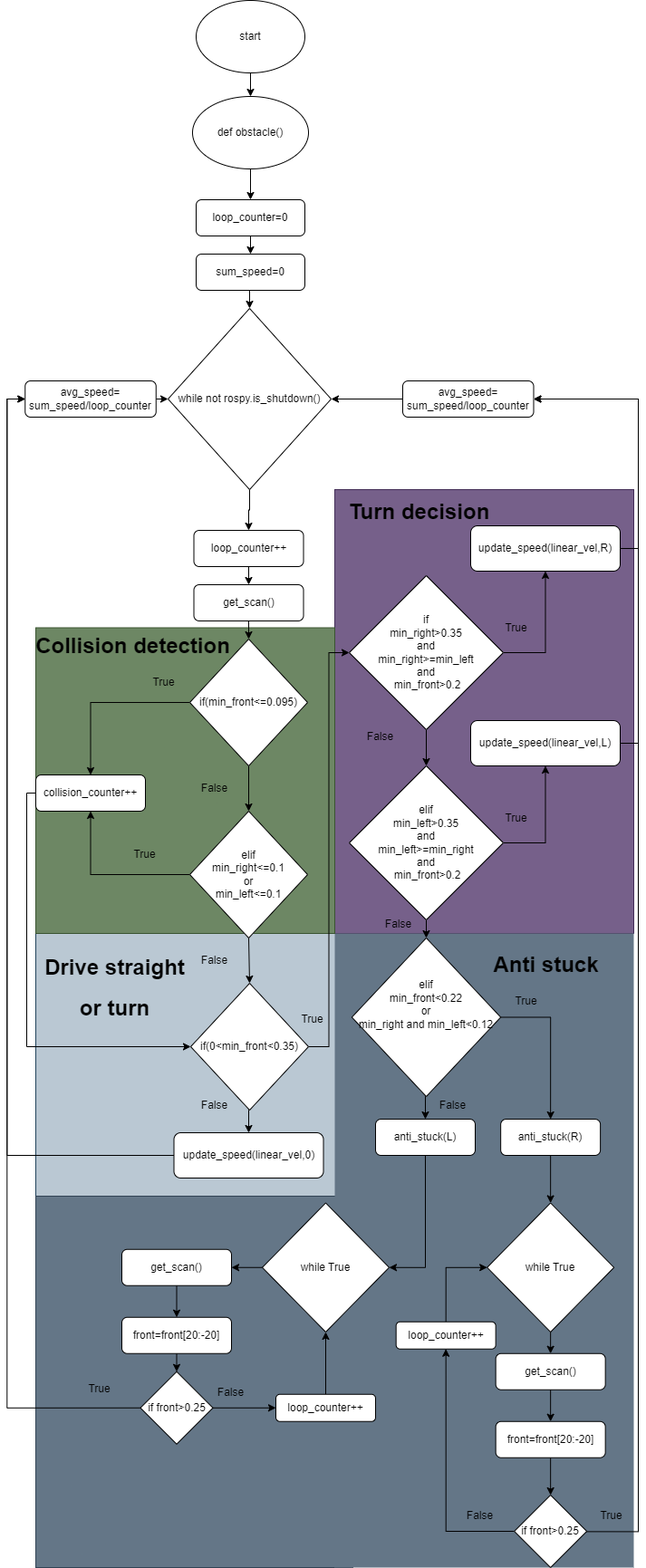
This is Untitled Diagram.drawio.png from Teun0n/flowcharts, a draw.io export, as it was before one commit. Source tidied: cells renumbered, new cells last; positions are measured from the earlier drawing's top-left corner, leaving out a move shared by most shapes.
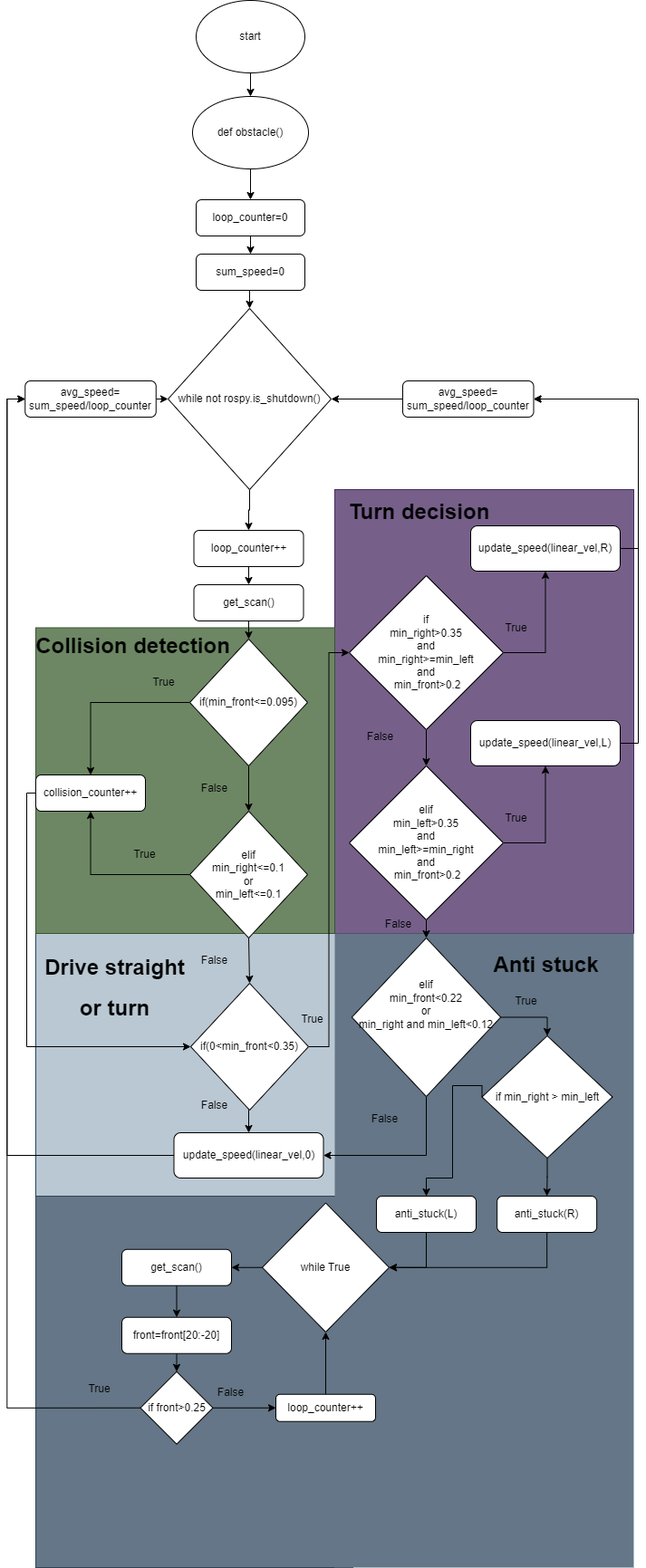
The same file after the commit.

What changed in the source:
```diff
@@ -86,21 +86,15 @@
     <mxCell id="29" value="update_speed(linear_vel,0)" style="rounded=1;whiteSpace=wrap;html=1;fontSize=12;glass=0;strokeWidth=1;shadow=0;" parent="1" vertex="1">
       <mxGeometry x="165.5" y="1250" width="165" height="50" as="geometry" />
     </mxCell>
-    <mxCell id="30" style="edgeStyle=orthogonalEdgeStyle;rounded=0;jettySize=auto;html=1;exitX=0.5;exitY=1;exitDx=0;exitDy=0;entryX=0.5;entryY=0;entryDx=0;entryDy=0;" parent="1" edge="1" source="32" target="55">
-      <mxGeometry relative="1" as="geometry" />
-    </mxCell>
-    <mxCell id="31" style="edgeStyle=orthogonalEdgeStyle;rounded=0;jettySize=auto;html=1;exitX=1;exitY=0.5;exitDx=0;exitDy=0;entryX=0.5;entryY=0;entryDx=0;entryDy=0;" parent="1" edge="1" source="32" target="44">
-      <mxGeometry relative="1" as="geometry" />
-    </mxCell>
+    <mxCell id="97" style="edgeStyle=orthogonalEdgeStyle;rounded=0;jettySize=auto;html=1;exitX=0.5;exitY=1;exitDx=0;exitDy=0;entryX=1;entryY=0.5;entryDx=0;entryDy=0;" parent="1" edge="1" source="32" target="29">
+      <mxGeometry relative="1" as="geometry" />
+    </mxCell>
+    <mxCell id="98" style="edgeStyle=orthogonalEdgeStyle;rounded=0;jettySize=auto;html=1;exitX=1;exitY=0.5;exitDx=0;exitDy=0;entryX=0.5;entryY=0;entryDx=0;entryDy=0;" parent="1" edge="1" source="32" target="101">
+      <mxGeometry relative="1" as="geometry" />
+    </mxCell>
     <mxCell id="32" value="elif&lt;br&gt;min_front&amp;lt;0.22&lt;br&gt;or&lt;br&gt;min_right and min_left&amp;lt;0.12&lt;br&gt;&lt;br&gt;&lt;br&gt;" style="rhombus;whiteSpace=wrap;html=1;" parent="1" vertex="1">
       <mxGeometry x="361.9" y="1035" width="164.3" height="175" as="geometry" />
     </mxCell>
-    <mxCell id="33" style="edgeStyle=orthogonalEdgeStyle;rounded=0;jettySize=auto;html=1;exitX=0.5;exitY=1;exitDx=0;exitDy=0;entryX=0.5;entryY=0;entryDx=0;entryDy=0;" parent="1" edge="1" source="34" target="40">
-      <mxGeometry relative="1" as="geometry" />
-    </mxCell>
-    <mxCell id="34" value="while True" style="rhombus;whiteSpace=wrap;html=1;" parent="1" vertex="1">
-      <mxGeometry x="511.2" y="1327.5" width="140" height="142.5" as="geometry" />
-    </mxCell>
     <mxCell id="35" style="edgeStyle=orthogonalEdgeStyle;rounded=0;jettySize=auto;html=1;exitX=0.5;exitY=1;exitDx=0;exitDy=0;entryX=0.5;entryY=0;entryDx=0;entryDy=0;" parent="1" edge="1" source="36" target="38">
       <mxGeometry relative="1" as="geometry" />
     </mxCell>
@@ -113,39 +107,12 @@
     <mxCell id="38" value="get_scan()" style="rounded=1;whiteSpace=wrap;html=1;" parent="1" vertex="1">
       <mxGeometry x="187.5" y="645" width="121" height="40" as="geometry" />
     </mxCell>
-    <mxCell id="39" style="edgeStyle=orthogonalEdgeStyle;rounded=0;jettySize=auto;html=1;exitX=0.5;exitY=1;exitDx=0;exitDy=0;entryX=0.5;entryY=0;entryDx=0;entryDy=0;" parent="1" edge="1" source="40" target="42">
-      <mxGeometry relative="1" as="geometry" />
-    </mxCell>
-    <mxCell id="40" value="get_scan()" style="rounded=1;whiteSpace=wrap;html=1;" parent="1" vertex="1">
-      <mxGeometry x="520.7" y="1493.8" width="121" height="40" as="geometry" />
-    </mxCell>
-    <mxCell id="41" style="edgeStyle=orthogonalEdgeStyle;rounded=0;jettySize=auto;html=1;exitX=0.5;exitY=1;exitDx=0;exitDy=0;entryX=0.5;entryY=0;entryDx=0;entryDy=0;" parent="1" edge="1" source="42" target="47">
-      <mxGeometry relative="1" as="geometry" />
-    </mxCell>
-    <mxCell id="42" value="front=front[20:-20]" style="rounded=1;whiteSpace=wrap;html=1;" parent="1" vertex="1">
-      <mxGeometry x="520.7" y="1568.8" width="121" height="40" as="geometry" />
-    </mxCell>
-    <mxCell id="43" style="edgeStyle=orthogonalEdgeStyle;rounded=0;jettySize=auto;html=1;exitX=0.5;exitY=1;exitDx=0;exitDy=0;entryX=0.5;entryY=0;entryDx=0;entryDy=0;" parent="1" edge="1" source="44" target="34">
+    <mxCell id="43" style="edgeStyle=orthogonalEdgeStyle;rounded=0;jettySize=auto;html=1;exitX=0.5;exitY=1;exitDx=0;exitDy=0;entryX=1;entryY=0.5;entryDx=0;entryDy=0;" parent="1" edge="1" source="44" target="49">
       <mxGeometry relative="1" as="geometry" />
     </mxCell>
     <mxCell id="44" value="anti_stuck(R)" style="rounded=1;whiteSpace=wrap;html=1;" parent="1" vertex="1">
-      <mxGeometry x="526.2" y="1235" width="110" height="40" as="geometry" />
+      <mxGeometry x="522.2" y="1320" width="110" height="40" as="geometry" />
     </mxCell>
-    <mxCell id="45" style="edgeStyle=orthogonalEdgeStyle;rounded=0;jettySize=auto;html=1;exitX=0;exitY=0.5;exitDx=0;exitDy=0;entryX=0.5;entryY=1;entryDx=0;entryDy=0;" parent="1" edge="1" source="47" target="71">
-      <mxGeometry relative="1" as="geometry" />
-    </mxCell>
-    <mxCell id="46" style="edgeStyle=orthogonalEdgeStyle;rounded=0;jettySize=auto;html=1;exitX=-0.051;exitY=1.079;exitDx=0;exitDy=0;entryX=1;entryY=0.5;entryDx=0;entryDy=0;endArrow=none;endFill=0;exitPerimeter=0;" parent="1" edge="1" source="83">
-      <mxGeometry relative="1" as="geometry">
-        <mxPoint x="567.5" y="440" as="targetPoint" />
-        <Array as="points">
-          <mxPoint x="678" y="1690" />
-          <mxPoint x="678" y="440" />
-        </Array>
-      </mxGeometry>
-    </mxCell>
-    <mxCell id="47" value="if front&amp;gt;0.25" style="rhombus;whiteSpace=wrap;html=1;" parent="1" vertex="1">
-      <mxGeometry x="541.2" y="1650" width="80" height="80" as="geometry" />
-    </mxCell>
     <mxCell id="48" style="edgeStyle=orthogonalEdgeStyle;rounded=0;jettySize=auto;html=1;exitX=0;exitY=0.5;exitDx=0;exitDy=0;entryX=1;entryY=0.5;entryDx=0;entryDy=0;" parent="1" edge="1" source="49" target="51">
       <mxGeometry relative="1" as="geometry" />
     </mxCell>
@@ -168,7 +135,7 @@
       <mxGeometry relative="1" as="geometry" />
     </mxCell>
     <mxCell id="55" value="anti_stuck(L)" style="rounded=1;whiteSpace=wrap;html=1;" parent="1" vertex="1">
-      <mxGeometry x="388" y="1235" width="110" height="40" as="geometry" />
+      <mxGeometry x="389" y="1320" width="110" height="40" as="geometry" />
     </mxCell>
     <mxCell id="56" style="edgeStyle=orthogonalEdgeStyle;rounded=0;jettySize=auto;html=1;exitX=1;exitY=0.5;exitDx=0;exitDy=0;entryX=0;entryY=0.5;entryDx=0;entryDy=0;" parent="1" edge="1" source="58" target="61">
       <mxGeometry relative="1" as="geometry" />
@@ -217,12 +184,6 @@
     <mxCell id="69" value="start" style="ellipse;whiteSpace=wrap;html=1;" parent="1" vertex="1">
       <mxGeometry x="190" width="120" height="80" as="geometry" />
     </mxCell>
-    <mxCell id="70" style="edgeStyle=orthogonalEdgeStyle;rounded=0;jettySize=auto;html=1;exitX=0.5;exitY=0;exitDx=0;exitDy=0;entryX=0;entryY=0.5;entryDx=0;entryDy=0;" parent="1" edge="1" source="71" target="34">
-      <mxGeometry relative="1" as="geometry" />
-    </mxCell>
-    <mxCell id="71" value="loop_counter++" style="rounded=1;whiteSpace=wrap;html=1;" parent="1" vertex="1">
-      <mxGeometry x="410.7" y="1458.8" width="110" height="30" as="geometry" />
-    </mxCell>
     <mxCell id="72" value="True" style="text;html=1;align=center;verticalAlign=middle;strokeColor=none;fillColor=none;" parent="1" vertex="1">
       <mxGeometry x="128.5" y="738" width="50" height="30" as="geometry" />
     </mxCell>
@@ -239,7 +200,7 @@
       <mxGeometry x="529" y="1090" width="50" height="30" as="geometry" />
     </mxCell>
     <mxCell id="77" value="False" style="text;html=1;align=center;verticalAlign=middle;strokeColor=none;fillColor=none;" parent="1" vertex="1">
-      <mxGeometry x="447.5" y="1205" width="50" height="30" as="geometry" />
+      <mxGeometry x="373" y="1220" width="50" height="30" as="geometry" />
     </mxCell>
     <mxCell id="78" value="True" style="text;html=1;align=center;verticalAlign=middle;strokeColor=none;fillColor=none;" parent="1" vertex="1">
       <mxGeometry x="518" y="888" width="50" height="30" as="geometry" />
@@ -256,12 +217,6 @@
     <mxCell id="82" value="True" style="text;html=1;align=center;verticalAlign=middle;strokeColor=none;fillColor=none;" parent="1" vertex="1">
       <mxGeometry x="58" y="1518" width="50" height="30" as="geometry" />
     </mxCell>
-    <mxCell id="83" value="True" style="text;html=1;align=center;verticalAlign=middle;points=[];strokeColor=none;fillColor=none;" parent="1" vertex="1">
-      <mxGeometry x="623" y="1658" width="50" height="30" as="geometry" />
-    </mxCell>
-    <mxCell id="84" value="False" style="text;html=1;align=center;verticalAlign=middle;strokeColor=none;fillColor=none;" parent="1" vertex="1">
-      <mxGeometry x="478" y="1658" width="50" height="30" as="geometry" />
-    </mxCell>
     <mxCell id="85" style="edgeStyle=orthogonalEdgeStyle;rounded=0;jettySize=auto;html=1;exitX=0.5;exitY=1;exitDx=0;exitDy=0;entryX=0.5;entryY=0;entryDx=0;entryDy=0;" parent="1" edge="1" source="86" target="36">
       <mxGeometry relative="1" as="geometry" />
     </mxCell>
@@ -298,5 +253,20 @@
     <mxCell id="96" value="&lt;h1&gt;Drive straight&lt;/h1&gt;&lt;h1&gt;or turn&lt;/h1&gt;" style="text;html=1;align=center;verticalAlign=middle;strokeColor=none;fillColor=none;" parent="1" vertex="1">
       <mxGeometry x="10" y="1030" width="180" height="120" as="geometry" />
     </mxCell>
+    <mxCell id="99" style="edgeStyle=orthogonalEdgeStyle;rounded=0;jettySize=auto;html=1;exitX=0.5;exitY=1;exitDx=0;exitDy=0;entryX=0.5;entryY=0;entryDx=0;entryDy=0;" parent="1" edge="1" source="101" target="44">
+      <mxGeometry relative="1" as="geometry" />
+    </mxCell>
+    <mxCell id="100" style="edgeStyle=orthogonalEdgeStyle;rounded=0;jettySize=auto;html=1;exitX=0;exitY=0.5;exitDx=0;exitDy=0;entryX=0.5;entryY=0;entryDx=0;entryDy=0;" parent="1" edge="1" source="101" target="55">
+      <mxGeometry relative="1" as="geometry">
+        <Array as="points">
+          <mxPoint x="473" y="1198" />
+          <mxPoint x="473" y="1300" />
+          <mxPoint x="444" y="1300" />
+        </Array>
+      </mxGeometry>
+    </mxCell>
+    <mxCell id="101" value="if min_right &amp;gt; min_left" style="rhombus;whiteSpace=wrap;html=1;" parent="1" vertex="1">
+      <mxGeometry x="505.5" y="1143" width="144" height="135" as="geometry" />
+    </mxCell>
   </root>
 </mxGraphModel>
```
